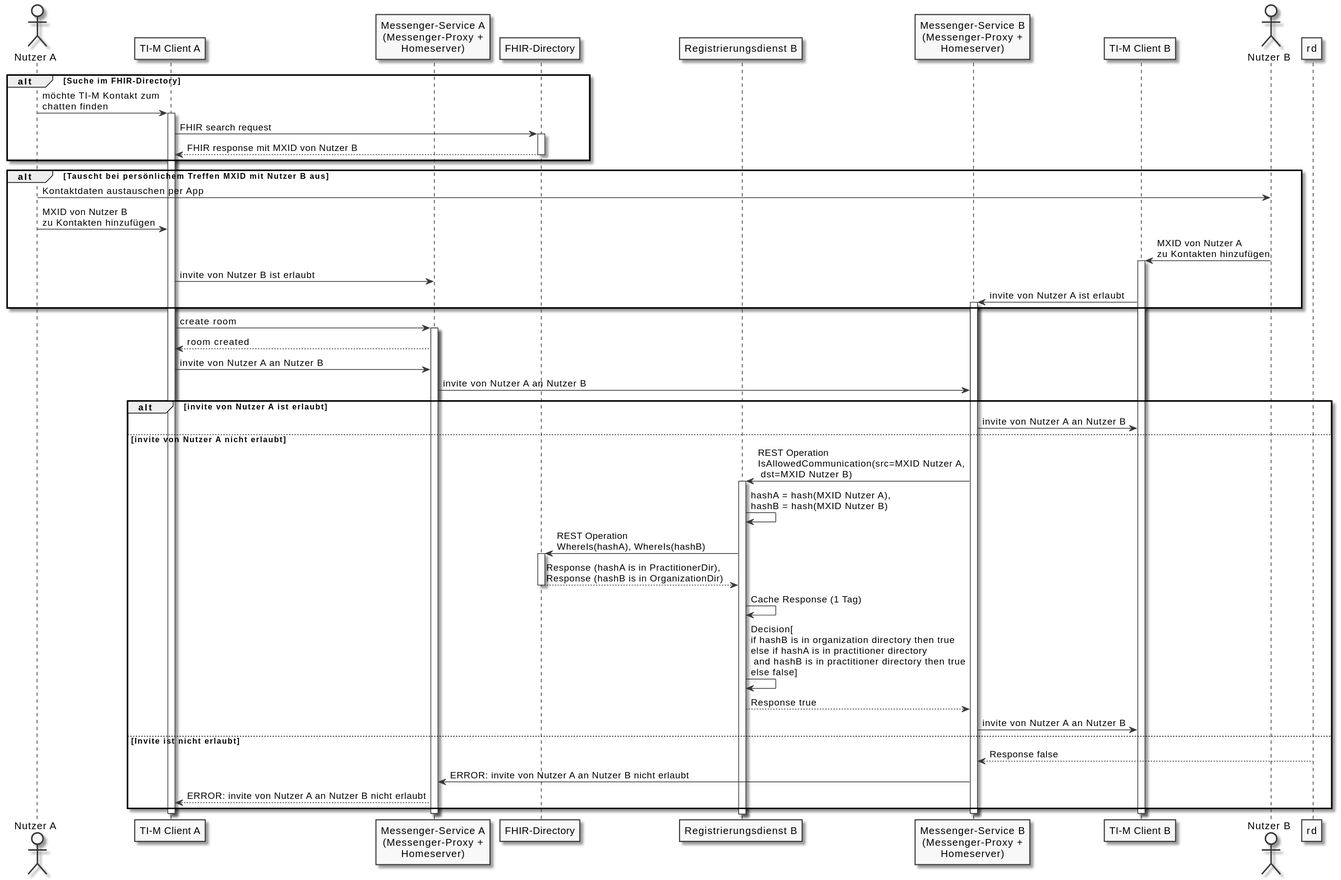
Earlier version of the PlantUML export images/diagrams/architecture/Communication_control_without_PASSporT.svg (gematik/api-ti-messenger).
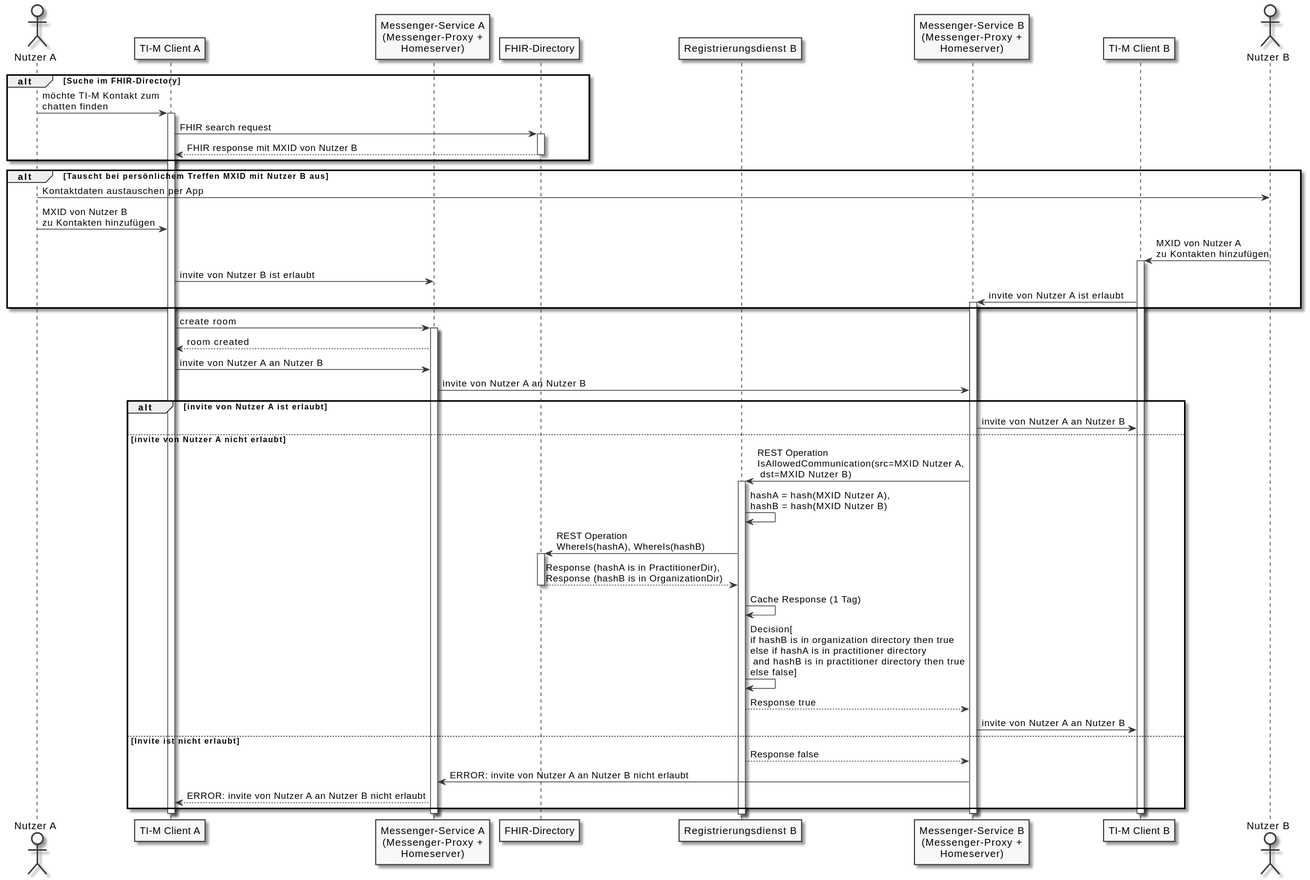
Above is the later version.

Commit message:
Commit from GitHub Actions (GeneratePlantumlImages)

Diff of the diagram source:
```diff
@@ -50,7 +50,7 @@
 rdb --> mpb: Response true
 mpb -> clb: invite von Nutzer A an Nutzer B
 else Invite ist nicht erlaubt
-rd --> mpb: Response false
+rdb --> mpb: Response false
 mpb -> mp: ERROR: invite von Nutzer A an Nutzer B nicht erlaubt
 mp --> cl: ERROR: invite von Nutzer A an Nutzer B nicht erlaubt
 end
```
